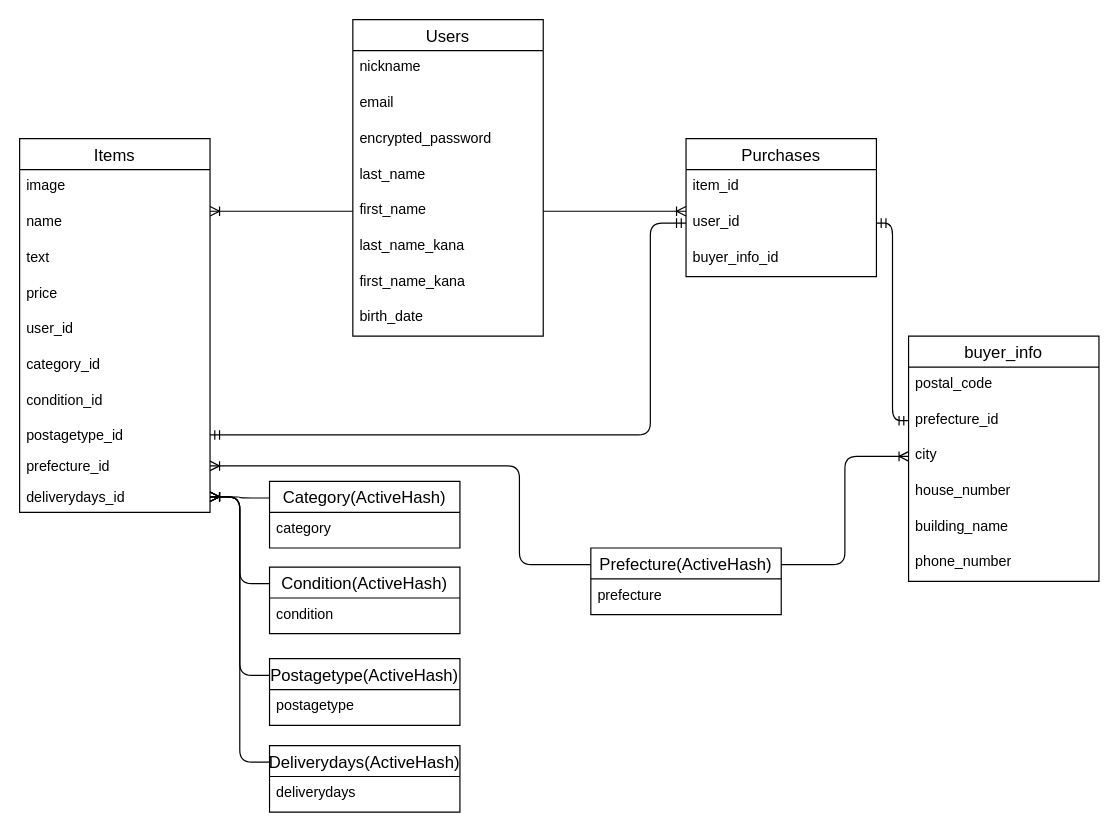
This is page "DB(ER)" (1 of 2) of text.dio from jujuko75/furima-30931, a draw.io file, before an edit. Source tidied: cells renumbered, new cells numbered last; positions are measured from the earlier drawing's top-left corner, leaving out a move shared by most shapes. Both pictures are drawn from the tidied source at 119%, with x=0, y=0 at pixel (19, 19).
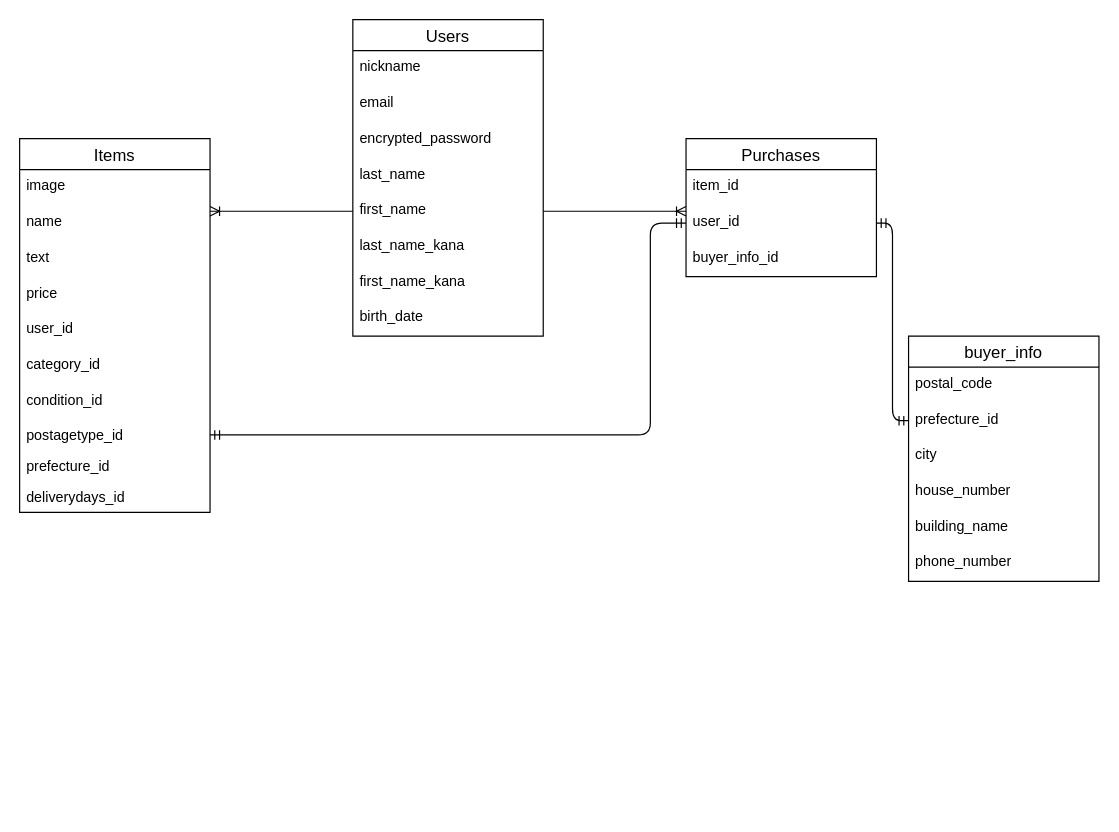
After the change.

The change refers to these unchanged cells:
```xml
<mxCell id="20" value="prefecture_id" style="text;strokeColor=none;fillColor=none;align=left;verticalAlign=top;spacingLeft=4;spacingRight=4;overflow=hidden;points=[[0,0.5],[1,0.5]];portConstraint=eastwest;" parent="11" vertex="1">
  <mxGeometry y="262" width="160" height="26" as="geometry" />
</mxCell>
<mxCell id="21" value="deliverydays_id" style="text;strokeColor=none;fillColor=none;align=left;verticalAlign=top;spacingLeft=4;spacingRight=4;overflow=hidden;points=[[0,0.5],[1,0.5]];portConstraint=eastwest;" parent="11" vertex="1">
  <mxGeometry y="288" width="160" height="26" as="geometry" />
</mxCell>
<mxCell id="48" value="city" style="text;strokeColor=none;fillColor=none;spacingLeft=4;spacingRight=4;overflow=hidden;points=[[0,0.5],[1,0.5]];portConstraint=eastwest;fontSize=12;" parent="45" vertex="1">
  <mxGeometry y="86" width="160" height="30" as="geometry" />
</mxCell>
```

What changed in the source:
```diff
@@
-    <mxCell id="26" value="Category(ActiveHash)" style="swimlane;fontStyle=0;horizontal=1;startSize=26;align=center;fontSize=14;" parent="1" vertex="1">
-      <mxGeometry x="210" y="388" width="160" height="56" as="geometry" />
-    </mxCell>
-    <mxCell id="27" value="category" style="text;strokeColor=none;fillColor=none;spacingLeft=4;spacingRight=4;overflow=hidden;fontSize=12;" parent="26" vertex="1">
-      <mxGeometry y="26" width="160" height="30" as="geometry" />
-    </mxCell>
-    <mxCell id="28" value="Condition(ActiveHash)" style="swimlane;fontStyle=0;horizontal=1;startSize=26;align=center;fontSize=14;" parent="1" vertex="1">
-      <mxGeometry x="210" y="460" width="160" height="56" as="geometry" />
-    </mxCell>
-    <mxCell id="29" value="condition" style="text;strokeColor=none;fillColor=none;spacingLeft=4;spacingRight=4;overflow=hidden;fontSize=12;" parent="28" vertex="1">
-      <mxGeometry y="26" width="160" height="30" as="geometry" />
-    </mxCell>
-    <mxCell id="30" value="Postagetype(ActiveHash)" style="swimlane;fontStyle=0;horizontal=1;startSize=26;align=center;fontSize=14;" parent="1" vertex="1">
-      <mxGeometry x="210" y="537" width="160" height="56" as="geometry" />
-    </mxCell>
-    <mxCell id="31" value="postagetype" style="text;strokeColor=none;fillColor=none;spacingLeft=4;spacingRight=4;overflow=hidden;fontSize=12;" parent="30" vertex="1">
-      <mxGeometry y="26" width="160" height="30" as="geometry" />
-    </mxCell>
-    <mxCell id="32" value="Deliverydays(ActiveHash)" style="swimlane;fontStyle=0;horizontal=1;startSize=26;align=center;fontSize=14;" parent="1" vertex="1">
-      <mxGeometry x="210" y="610" width="160" height="56" as="geometry" />
-    </mxCell>
-    <mxCell id="33" value="deliverydays" style="text;strokeColor=none;fillColor=none;spacingLeft=4;spacingRight=4;overflow=hidden;fontSize=12;" parent="32" vertex="1">
-      <mxGeometry y="26" width="160" height="30" as="geometry" />
-    </mxCell>
-    <mxCell id="34" value="Prefecture(ActiveHash)" style="swimlane;fontStyle=0;horizontal=1;startSize=26;align=center;fontSize=14;" parent="1" vertex="1">
-      <mxGeometry x="480" y="444" width="160" height="56" as="geometry" />
-    </mxCell>
-    <mxCell id="35" value="prefecture" style="text;strokeColor=none;fillColor=none;spacingLeft=4;spacingRight=4;overflow=hidden;fontSize=12;" parent="34" vertex="1">
-      <mxGeometry y="26" width="160" height="30" as="geometry" />
-    </mxCell>
@@
-    <mxCell id="39" style="edgeStyle=orthogonalEdgeStyle;fontSize=12;html=1;endArrow=ERoneToMany;entryX=1;entryY=0.5;entryDx=0;entryDy=0;exitX=0;exitY=0.25;exitDx=0;exitDy=0;" parent="1" edge="1" source="26" target="21">
-      <mxGeometry relative="1" as="geometry" />
-    </mxCell>
-    <mxCell id="40" style="edgeStyle=orthogonalEdgeStyle;fontSize=12;html=1;endArrow=ERoneToMany;entryX=1;entryY=0.5;entryDx=0;entryDy=0;exitX=0;exitY=0.25;exitDx=0;exitDy=0;" parent="1" edge="1" source="28" target="21">
-      <mxGeometry relative="1" as="geometry" />
-    </mxCell>
-    <mxCell id="41" style="edgeStyle=orthogonalEdgeStyle;fontSize=12;html=1;endArrow=ERoneToMany;exitX=0;exitY=0.25;exitDx=0;exitDy=0;entryX=1;entryY=0.5;entryDx=0;entryDy=0;" parent="1" edge="1" source="30" target="21">
-      <mxGeometry relative="1" as="geometry" />
-    </mxCell>
-    <mxCell id="42" style="edgeStyle=orthogonalEdgeStyle;fontSize=12;html=1;endArrow=ERoneToMany;entryX=1;entryY=0.5;entryDx=0;entryDy=0;exitX=0;exitY=0.25;exitDx=0;exitDy=0;" parent="1" edge="1" source="32" target="21">
-      <mxGeometry relative="1" as="geometry" />
-    </mxCell>
-    <mxCell id="43" style="edgeStyle=orthogonalEdgeStyle;fontSize=12;html=1;endArrow=ERoneToMany;entryX=1;entryY=0.5;entryDx=0;entryDy=0;exitX=0;exitY=0.25;exitDx=0;exitDy=0;" parent="1" edge="1" source="34" target="20">
-      <mxGeometry relative="1" as="geometry">
-        <Array as="points">
-          <mxPoint x="420" y="375" />
-        </Array>
-      </mxGeometry>
-    </mxCell>
-    <mxCell id="44" style="edgeStyle=orthogonalEdgeStyle;fontSize=12;html=1;endArrow=ERoneToMany;exitX=1;exitY=0.25;exitDx=0;exitDy=0;entryX=0;entryY=0.5;entryDx=0;entryDy=0;" parent="1" edge="1" source="34" target="48">
-      <mxGeometry relative="1" as="geometry" />
-    </mxCell>
```
